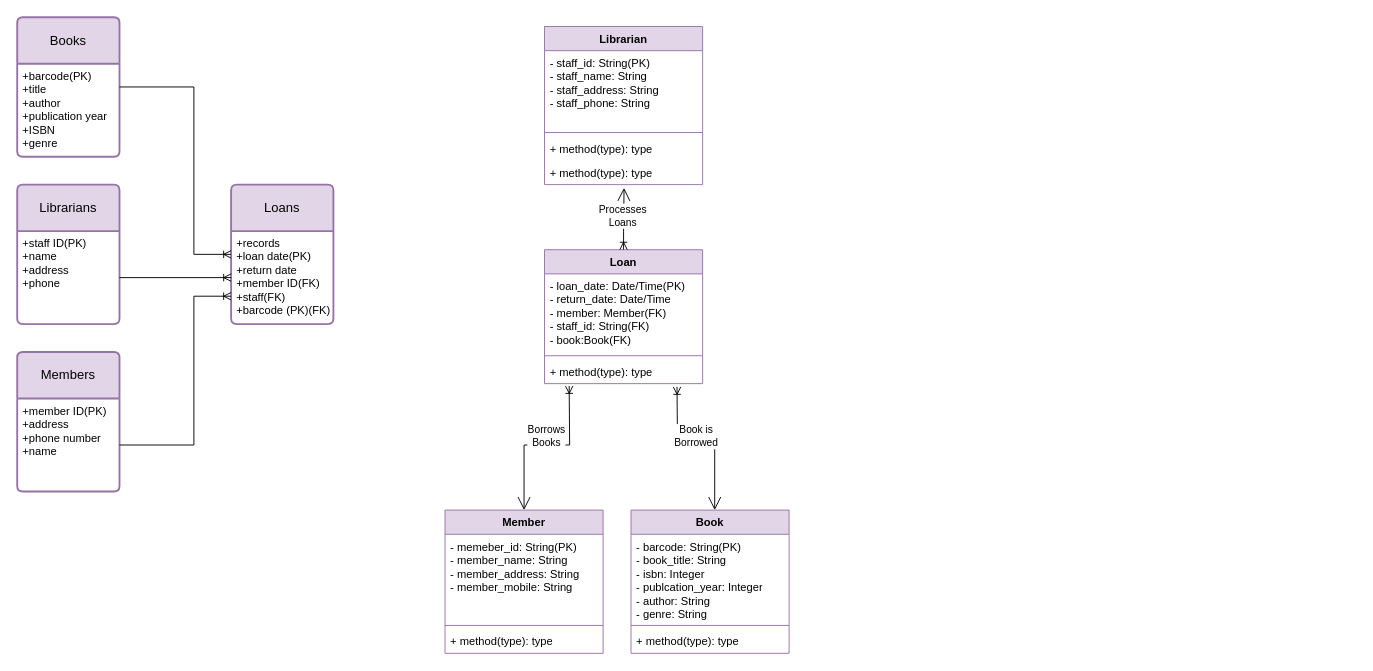
Before: at1/Untitled Diagram.drawio in jorjahv/at1, a draw.io diagram. Source tidied: cells renumbered, new cells numbered last; positions are measured from the earlier drawing's top-left corner, leaving out a move shared by most shapes. Both pictures are drawn from the tidied source at 93%, with x=0, y=0 at pixel (17, 17).
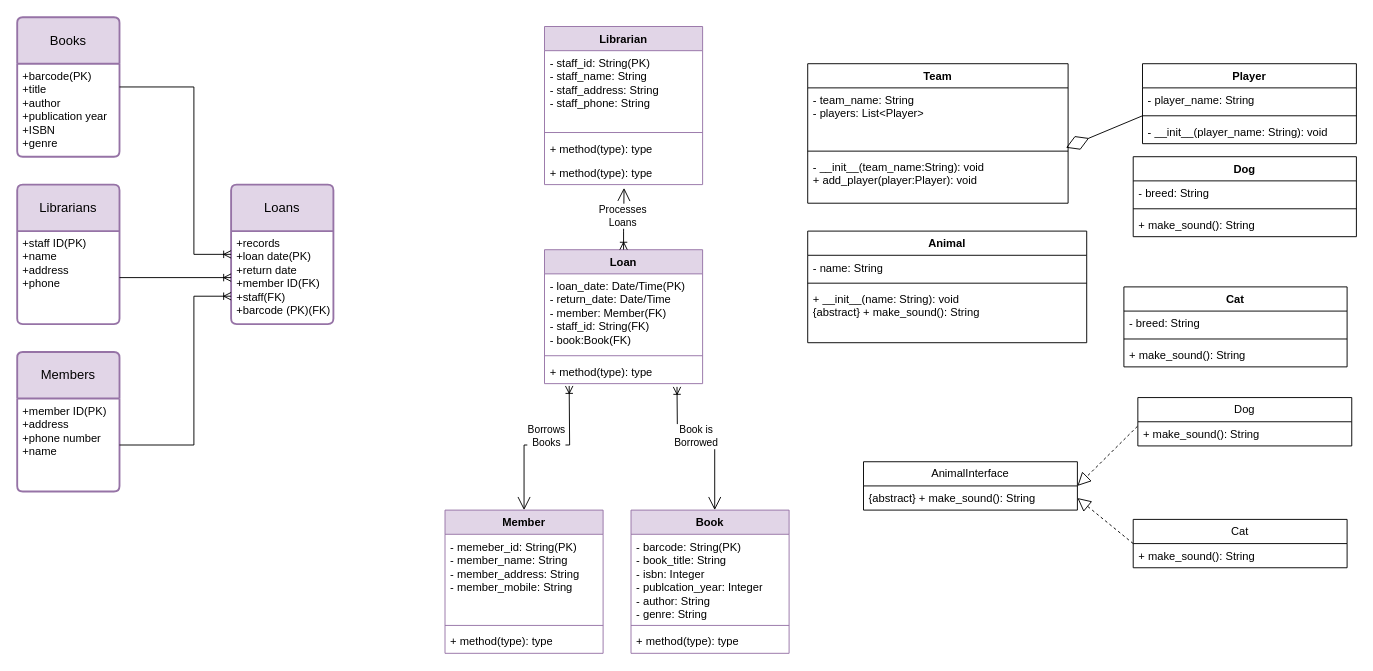
The same diagram, later.

Change to the diagram source:
```diff
@@
+    <mxCell id="36" value="Team" style="swimlane;fontStyle=1;align=center;verticalAlign=top;horizontal=1;startSize=26;whiteSpace=wrap;html=1;" parent="1" vertex="1">
+      <mxGeometry x="850" y="50" width="280" height="150" as="geometry" />
+    </mxCell>
+    <mxCell id="37" value="- team_name: String&lt;div&gt;- players: List&amp;lt;Player&amp;gt;&lt;/div&gt;" style="text;strokeColor=none;fillColor=none;align=left;verticalAlign=top;spacingLeft=4;spacingRight=4;overflow=hidden;whiteSpace=wrap;html=1;" parent="36" vertex="1">
+      <mxGeometry y="26" width="280" height="64" as="geometry" />
+    </mxCell>
+    <mxCell id="38" style="line;strokeWidth=1;fillColor=none;align=left;verticalAlign=middle;spacingTop=-1;spacingLeft=3;spacingRight=3;labelPosition=right;strokeColor=inherit;" parent="36" vertex="1">
+      <mxGeometry y="90" width="280" height="8" as="geometry" />
+    </mxCell>
+    <mxCell id="39" value="- __init__(team_name:String): void&lt;div&gt;+ add_player(player:Player): void&lt;br&gt;&lt;div&gt;&lt;br&gt;&lt;/div&gt;&lt;/div&gt;" style="text;strokeColor=none;fillColor=none;align=left;verticalAlign=top;spacingLeft=4;spacingRight=4;overflow=hidden;points=[[0,0.5],[1,0.5]];portConstraint=eastwest;whiteSpace=wrap;html=1;" parent="36" vertex="1">
+      <mxGeometry y="98" width="280" height="52" as="geometry" />
+    </mxCell>
+    <mxCell id="40" value="Player" style="swimlane;fontStyle=1;align=center;verticalAlign=top;horizontal=1;startSize=26;whiteSpace=wrap;html=1;" parent="1" vertex="1">
+      <mxGeometry x="1210" y="50" width="230" height="86" as="geometry" />
+    </mxCell>
+    <mxCell id="41" value="- player_name: String" style="text;strokeColor=none;fillColor=none;align=left;verticalAlign=top;spacingLeft=4;spacingRight=4;overflow=hidden;whiteSpace=wrap;html=1;" parent="40" vertex="1">
+      <mxGeometry y="26" width="230" height="26" as="geometry" />
+    </mxCell>
+    <mxCell id="42" style="line;strokeWidth=1;fillColor=none;align=left;verticalAlign=middle;spacingTop=-1;spacingLeft=3;spacingRight=3;labelPosition=right;strokeColor=inherit;" parent="40" vertex="1">
+      <mxGeometry y="52" width="230" height="8" as="geometry" />
+    </mxCell>
+    <mxCell id="43" value="- __init__(player_name: String): void" style="text;strokeColor=none;fillColor=none;align=left;verticalAlign=top;spacingLeft=4;spacingRight=4;overflow=hidden;whiteSpace=wrap;html=1;" parent="40" vertex="1">
+      <mxGeometry y="60" width="230" height="26" as="geometry" />
+    </mxCell>
+    <mxCell id="44" style="endArrow=diamondThin;endFill=0;endSize=24;html=1;rounded=0;entryX=0.992;entryY=-0.147;entryDx=0;entryDy=0;entryPerimeter=0;" parent="1" edge="1" target="39">
+      <mxGeometry relative="1" as="geometry">
+        <mxPoint x="1210" y="106" as="sourcePoint" />
+      </mxGeometry>
+    </mxCell>
+    <mxCell id="45" value="Animal" style="swimlane;fontStyle=1;align=center;verticalAlign=top;horizontal=1;startSize=26;whiteSpace=wrap;html=1;" parent="1" vertex="1">
+      <mxGeometry x="850" y="230" width="300" height="120" as="geometry" />
+    </mxCell>
+    <mxCell id="46" value="- name: String" style="text;strokeColor=none;fillColor=none;align=left;verticalAlign=top;spacingLeft=4;spacingRight=4;overflow=hidden;whiteSpace=wrap;html=1;" parent="45" vertex="1">
+      <mxGeometry y="26" width="300" height="26" as="geometry" />
+    </mxCell>
+    <mxCell id="47" style="line;strokeWidth=1;fillColor=none;align=left;verticalAlign=middle;spacingTop=-1;spacingLeft=3;spacingRight=3;labelPosition=right;strokeColor=inherit;" parent="45" vertex="1">
+      <mxGeometry y="52" width="300" height="8" as="geometry" />
+    </mxCell>
+    <mxCell id="48" value="+ __init__(name: String): void&lt;div&gt;{abstract} + make_sound(): String&lt;br&gt;&lt;div&gt;&lt;br&gt;&lt;/div&gt;&lt;/div&gt;" style="text;strokeColor=none;fillColor=none;align=left;verticalAlign=top;spacingLeft=4;spacingRight=4;overflow=hidden;whiteSpace=wrap;html=1;" parent="45" vertex="1">
+      <mxGeometry y="60" width="300" height="60" as="geometry" />
+    </mxCell>
+    <mxCell id="49" value="Dog" style="swimlane;fontStyle=1;align=center;verticalAlign=top;horizontal=1;startSize=26;whiteSpace=wrap;html=1;" parent="1" vertex="1">
+      <mxGeometry x="1200" y="150" width="240" height="86" as="geometry" />
+    </mxCell>
+    <mxCell id="50" value="- breed: String" style="text;strokeColor=none;fillColor=none;align=left;verticalAlign=top;spacingLeft=4;spacingRight=4;overflow=hidden;whiteSpace=wrap;html=1;" parent="49" vertex="1">
+      <mxGeometry y="26" width="240" height="26" as="geometry" />
+    </mxCell>
+    <mxCell id="51" style="line;strokeWidth=1;fillColor=none;align=left;verticalAlign=middle;spacingTop=-1;spacingLeft=3;spacingRight=3;labelPosition=right;strokeColor=inherit;" parent="49" vertex="1">
+      <mxGeometry y="52" width="240" height="8" as="geometry" />
+    </mxCell>
+    <mxCell id="52" value="+ make_sound(): String" style="text;strokeColor=none;fillColor=none;align=left;verticalAlign=top;spacingLeft=4;spacingRight=4;overflow=hidden;whiteSpace=wrap;html=1;" parent="49" vertex="1">
+      <mxGeometry y="60" width="240" height="26" as="geometry" />
+    </mxCell>
+    <mxCell id="53" value="Cat" style="swimlane;fontStyle=1;align=center;verticalAlign=top;horizontal=1;startSize=26;whiteSpace=wrap;html=1;" parent="1" vertex="1">
+      <mxGeometry x="1190" y="290" width="240" height="86" as="geometry" />
+    </mxCell>
+    <mxCell id="54" value="- breed: String" style="text;strokeColor=none;fillColor=none;align=left;verticalAlign=top;spacingLeft=4;spacingRight=4;overflow=hidden;whiteSpace=wrap;html=1;" parent="53" vertex="1">
+      <mxGeometry y="26" width="240" height="26" as="geometry" />
+    </mxCell>
+    <mxCell id="55" style="line;strokeWidth=1;fillColor=none;align=left;verticalAlign=middle;spacingTop=-1;spacingLeft=3;spacingRight=3;labelPosition=right;strokeColor=inherit;" parent="53" vertex="1">
+      <mxGeometry y="52" width="240" height="8" as="geometry" />
+    </mxCell>
+    <mxCell id="56" value="+ make_sound(): String" style="text;strokeColor=none;fillColor=none;align=left;verticalAlign=top;spacingLeft=4;spacingRight=4;overflow=hidden;whiteSpace=wrap;html=1;" parent="53" vertex="1">
+      <mxGeometry y="60" width="240" height="26" as="geometry" />
+    </mxCell>
+    <mxCell id="57" value="AnimalInterface" style="swimlane;fontStyle=0;horizontal=1;startSize=26;fillColor=none;whiteSpace=wrap;html=1;" parent="1" vertex="1">
+      <mxGeometry x="910" y="478" width="230" height="52" as="geometry" />
+    </mxCell>
+    <mxCell id="58" value="{abstract} + make_sound(): String" style="text;strokeColor=none;fillColor=none;align=left;verticalAlign=top;spacingLeft=4;spacingRight=4;overflow=hidden;points=[[0,0.5],[1,0.5]];portConstraint=eastwest;whiteSpace=wrap;html=1;" parent="57" vertex="1">
+      <mxGeometry y="26" width="230" height="26" as="geometry" />
+    </mxCell>
+    <mxCell id="59" value="Dog" style="swimlane;fontStyle=0;horizontal=1;startSize=26;fillColor=none;whiteSpace=wrap;html=1;" parent="1" vertex="1">
+      <mxGeometry x="1205" y="409" width="230" height="52" as="geometry" />
+    </mxCell>
+    <mxCell id="60" value="+ make_sound(): String" style="text;strokeColor=none;fillColor=none;align=left;verticalAlign=top;spacingLeft=4;spacingRight=4;overflow=hidden;points=[[0,0.5],[1,0.5]];portConstraint=eastwest;whiteSpace=wrap;html=1;" parent="59" vertex="1">
+      <mxGeometry y="26" width="230" height="26" as="geometry" />
+    </mxCell>
+    <mxCell id="61" value="Cat" style="swimlane;fontStyle=0;horizontal=1;startSize=26;fillColor=none;whiteSpace=wrap;html=1;" parent="1" vertex="1">
+      <mxGeometry x="1200" y="540" width="230" height="52" as="geometry" />
+    </mxCell>
+    <mxCell id="62" value="+ make_sound(): String" style="text;strokeColor=none;fillColor=none;align=left;verticalAlign=top;spacingLeft=4;spacingRight=4;overflow=hidden;whiteSpace=wrap;html=1;" parent="61" vertex="1">
+      <mxGeometry y="26" width="230" height="26" as="geometry" />
+    </mxCell>
+    <mxCell id="63" style="endArrow=block;dashed=1;endFill=0;endSize=12;html=1;rounded=0;entryX=1;entryY=0.5;entryDx=0;entryDy=0;exitX=-0.002;exitY=0.189;exitDx=0;exitDy=0;exitPerimeter=0;" parent="1" edge="1" source="60" target="57">
+      <mxGeometry relative="1" as="geometry" />
+    </mxCell>
+    <mxCell id="64" style="endArrow=block;dashed=1;endFill=0;endSize=12;html=1;rounded=0;entryX=1;entryY=0.5;entryDx=0;entryDy=0;exitX=0;exitY=0.5;exitDx=0;exitDy=0;" parent="1" edge="1" source="61" target="58">
+      <mxGeometry relative="1" as="geometry" />
+    </mxCell>
```
